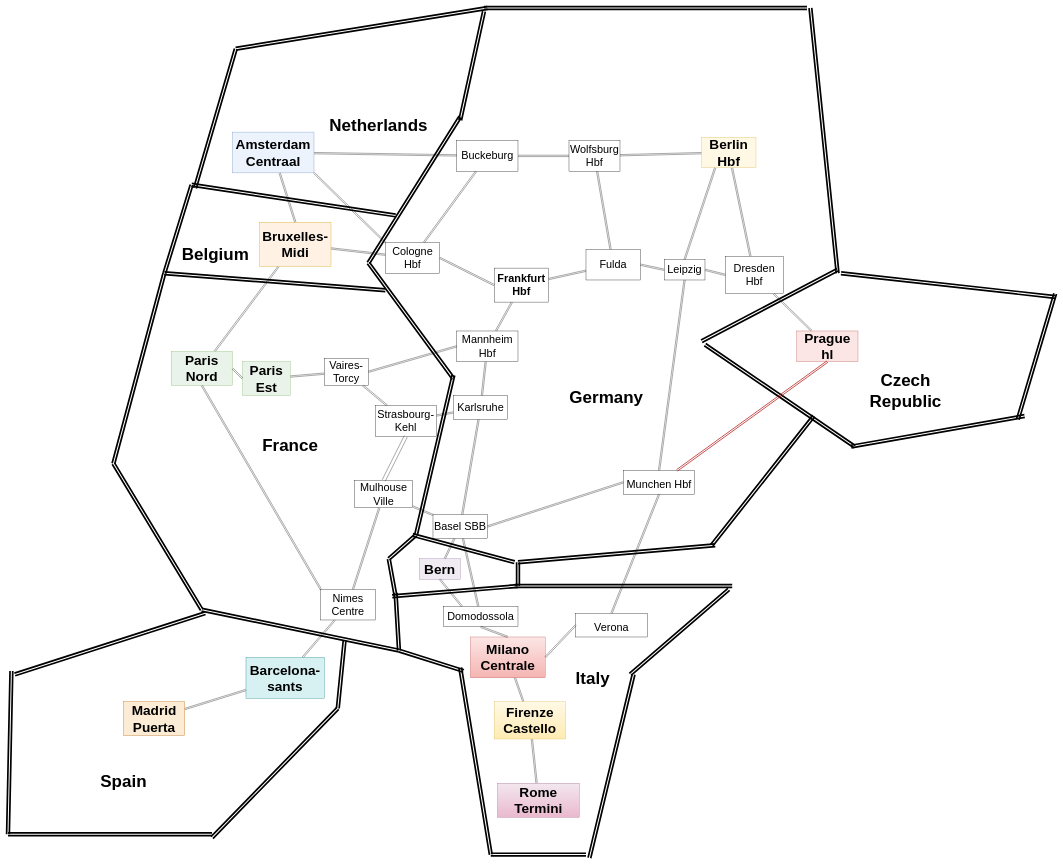
Above: Unavngivet diagram.drawio in LouiseWolff17/Rutedata (draw.io), before the change. Source tidied: cells renumbered, new cells numbered last; positions are measured from the earlier drawing's top-left corner, leaving out a move shared by most shapes. Both pictures are drawn from the tidied source at 34%, with x=0, y=0 at pixel (8, 8).
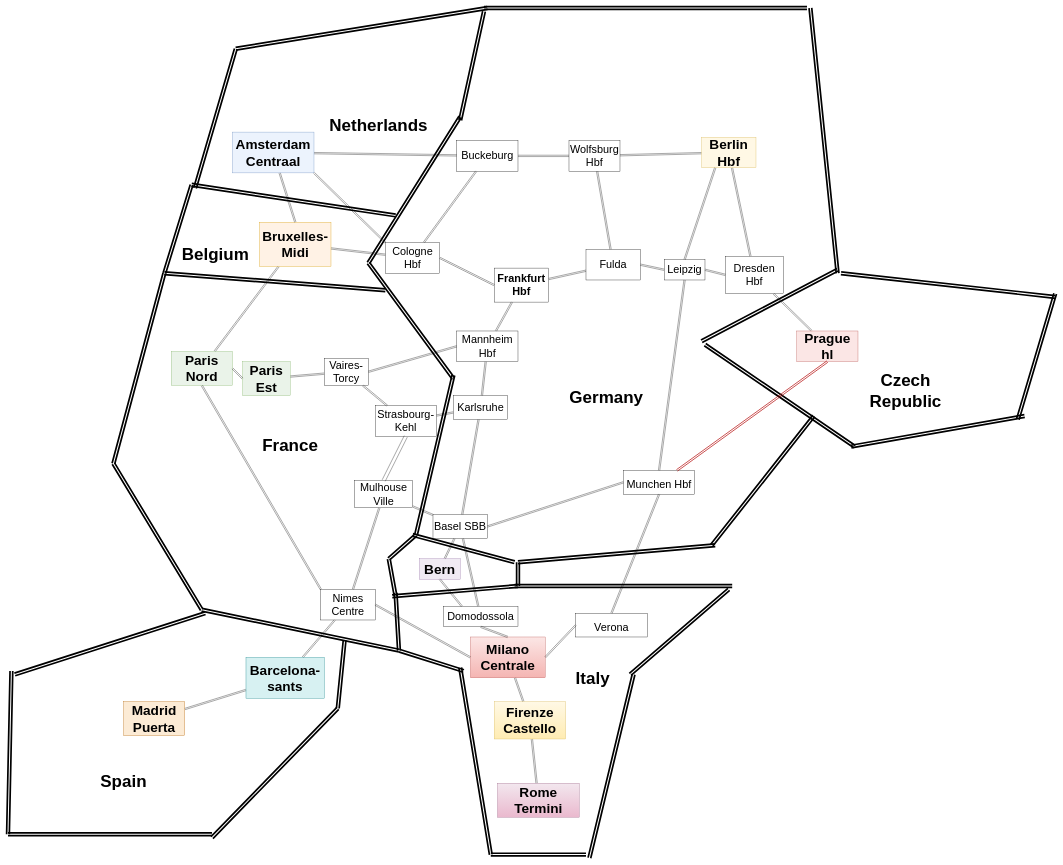
The same diagram, later.

The change refers to these unchanged cells:
```xml
<mxCell id="43" value="Milano Centrale" style="whiteSpace=wrap;html=1;rounded=0;fontSize=40;fontStyle=1;fillColor=#f8cecc;gradientColor=#ea6b66;strokeColor=#b85450;arcSize=10;fillOpacity=50;" parent="1" vertex="1">
  <mxGeometry x="1360" y="1850" width="220" height="120" as="geometry" />
</mxCell>
<mxCell id="52" value="Nimes Centre" style="whiteSpace=wrap;html=1;rounded=0;fontSize=32;arcSize=10;fillOpacity=50;" parent="1" vertex="1">
  <mxGeometry x="920" y="1710" width="160" height="90" as="geometry" />
</mxCell>
```

The edit, as a diff of the source:
```diff
@@
+    <mxCell id="122" style="edgeStyle=none;shape=link;rounded=0;jettySize=auto;html=1;arcSize=10;fillOpacity=50;exitX=0;exitY=0.5;exitDx=0;exitDy=0;entryX=1;entryY=0.5;entryDx=0;entryDy=0;" parent="1" edge="1" source="43" target="52">
+      <mxGeometry relative="1" as="geometry" />
+    </mxCell>
```
